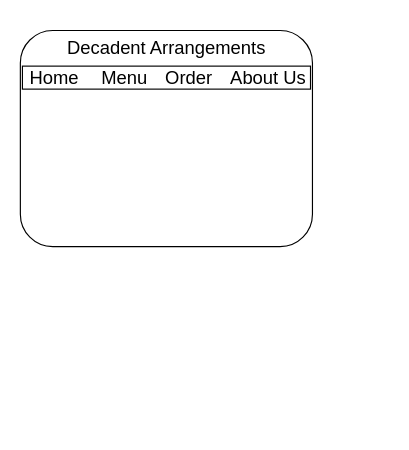
The draw.io diagram project/images/siteplan.drawio in vsyang/wdd131, before the edit. Source tidied: cells renumbered, new cells numbered last; positions are measured from the earlier drawing's top-left corner, leaving out a move shared by most shapes. Both pictures are drawn from the tidied source at 115%, with x=0, y=0 at pixel (20, 30).
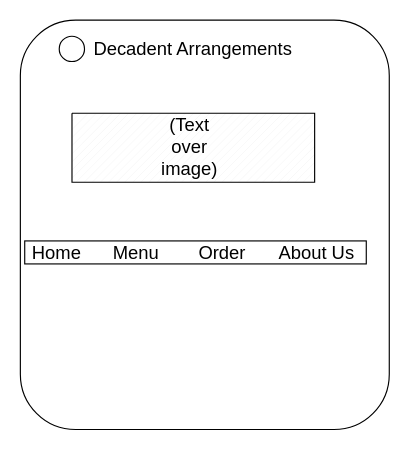
After the change.

Commit message (it also covers changes not shown here):
siteplan coming along

Change to the diagram source:
```diff
@@
 <mxGraphModel>
   <root>
     <mxCell id="0" />
     <mxCell id="1" parent="0" />
     <mxCell id="2" style="rounded=1;whiteSpace=wrap;html=1;" parent="1" vertex="1">
-      <mxGeometry x="0.2" width="254" height="188" as="geometry" />
+      <mxGeometry x="0.2" y="-9" width="320.8" height="356" as="geometry" />
     </mxCell>
     <mxCell id="3" style="rounded=0;whiteSpace=wrap;html=1;" parent="1" vertex="1">
-      <mxGeometry x="2" y="31" width="250.5" height="20" as="geometry" />
+      <mxGeometry x="4" y="183" width="297" height="20" as="geometry" />
     </mxCell>
     <mxCell id="4" value="Decadent Arrangements" style="text;strokeColor=none;fillColor=none;html=1;align=center;verticalAlign=middle;whiteSpace=wrap;rounded=0;fontSize=16;" parent="1" vertex="1">
-      <mxGeometry x="7" width="241" height="30" as="geometry" />
+      <mxGeometry x="30.1" y="1" width="241" height="30" as="geometry" />
     </mxCell>
     <mxCell id="5" value="Home" style="text;strokeColor=none;fillColor=none;html=1;align=center;verticalAlign=middle;whiteSpace=wrap;rounded=0;fontSize=16;" parent="1" vertex="1">
-      <mxGeometry x="2" y="32" width="56" height="18" as="geometry" />
+      <mxGeometry x="4" y="184" width="56" height="18" as="geometry" />
     </mxCell>
     <mxCell id="6" value="Menu" style="text;strokeColor=none;fillColor=none;html=1;align=center;verticalAlign=middle;whiteSpace=wrap;rounded=0;fontSize=16;" parent="1" vertex="1">
-      <mxGeometry x="61" y="26" width="60" height="30" as="geometry" />
+      <mxGeometry x="71" y="178" width="60" height="30" as="geometry" />
     </mxCell>
     <mxCell id="7" value="Order" style="text;strokeColor=none;fillColor=none;html=1;align=center;verticalAlign=middle;whiteSpace=wrap;rounded=0;fontSize=16;" parent="1" vertex="1">
-      <mxGeometry x="117" y="26" width="60" height="30" as="geometry" />
+      <mxGeometry x="146" y="178" width="60" height="30" as="geometry" />
     </mxCell>
     <mxCell id="8" value="About Us" style="text;strokeColor=none;fillColor=none;html=1;align=center;verticalAlign=middle;whiteSpace=wrap;rounded=0;fontSize=16;" parent="1" vertex="1">
-      <mxGeometry x="176.8" y="26" width="77.5" height="30" as="geometry" />
+      <mxGeometry x="219" y="178" width="77.5" height="30" as="geometry" />
     </mxCell>
+    <mxCell id="9" style="ellipse;whiteSpace=wrap;html=1;" parent="1" vertex="1">
+      <mxGeometry x="34" y="5" width="22" height="22" as="geometry" />
+    </mxCell>
+    <mxCell id="10" style="verticalLabelPosition=bottom;verticalAlign=top;html=1;shape=mxgraph.basic.patternFillRect;fillStyle=diag;step=5;fillStrokeWidth=0.2;fillStrokeColor=#dddddd;" parent="1" vertex="1">
+      <mxGeometry x="45.1" y="72" width="211" height="60" as="geometry" />
+    </mxCell>
+    <mxCell id="11" value="(Text over image)" style="text;strokeColor=none;fillColor=none;html=1;align=center;verticalAlign=middle;whiteSpace=wrap;rounded=0;fontSize=16;" parent="1" vertex="1">
+      <mxGeometry x="114" y="69" width="67" height="63" as="geometry" />
+    </mxCell>
   </root>
 </mxGraphModel>
```
